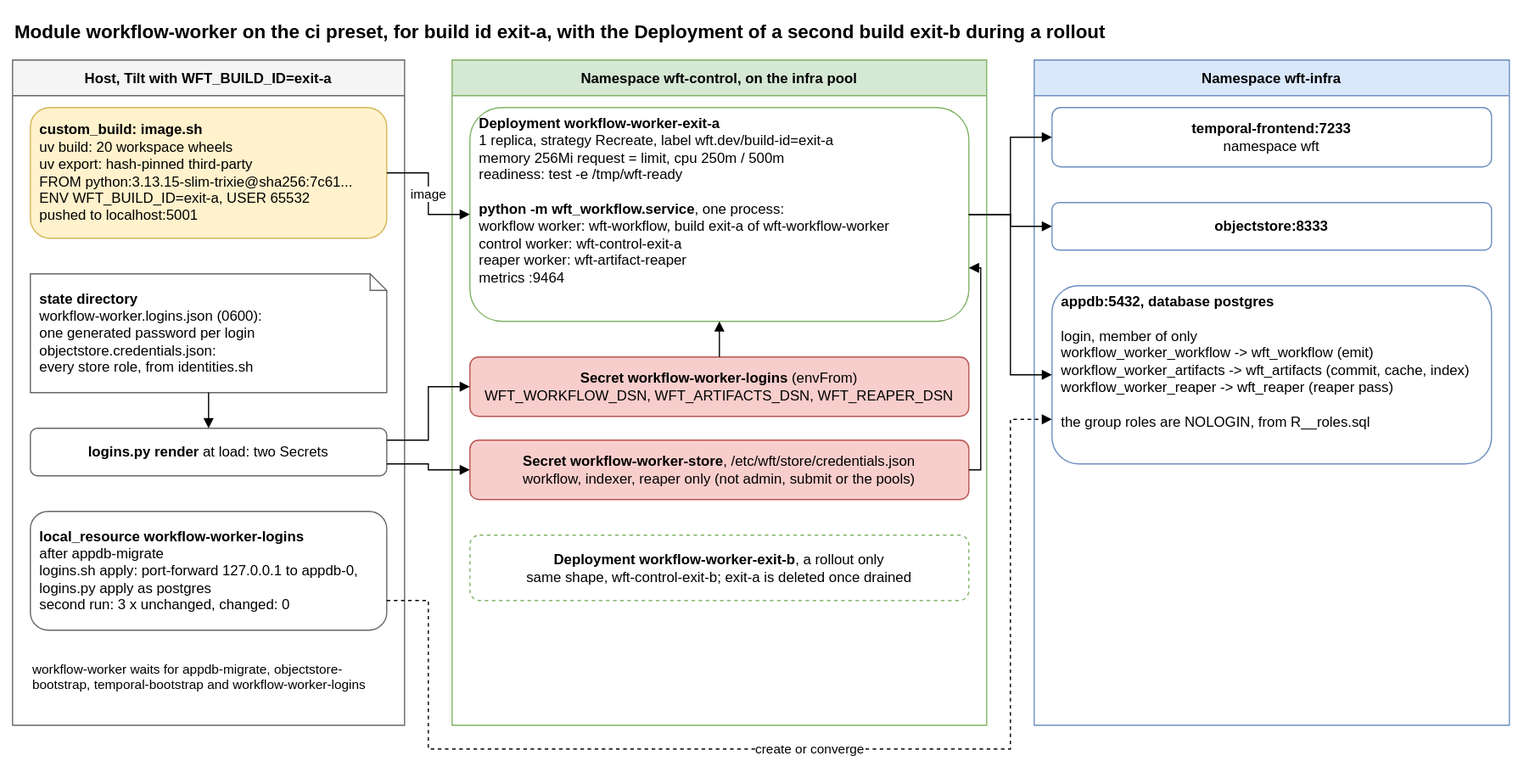
The draw.io diagram deploy/workflow/workflow-worker.drawio.svg in AndoNorth/disyard, before a commit. Source tidied: cells renumbered, new cells last; positions are measured from the earlier drawing's top-left corner, leaving out a move shared by most shapes. Its diagram source:
```xml
<mxGraphModel>
  <root>
    <mxCell id="0" />
    <mxCell id="1" parent="0" />
    <mxCell id="2" value="Module workflow-worker on the ci preset, for build id exit-a, with the Deployment of a second build exit-b during a rollout" style="text;html=1;fontSize=16;fontStyle=1;align=left;" parent="1" vertex="1">
      <mxGeometry width="1260" height="30" as="geometry" />
    </mxCell>
    <mxCell id="3" value="Host, Tilt with WFT_BUILD_ID=exit-a" style="swimlane;startSize=30;fillColor=#f5f5f5;strokeColor=#666666;fontStyle=1;" parent="1" vertex="1">
      <mxGeometry y="40" width="330" height="560" as="geometry" />
    </mxCell>
    <mxCell id="4" value="&lt;b&gt;custom_build: image.sh&lt;/b&gt;&lt;br&gt;uv build: 20 workspace wheels&lt;br&gt;uv export: hash-pinned third-party&lt;br&gt;FROM python:3.13.15-slim-trixie@sha256:7c61...&lt;br&gt;ENV WFT_BUILD_ID=exit-a, USER 65532&lt;br&gt;pushed to localhost:5001" style="rounded=1;whiteSpace=wrap;html=1;fillColor=#fff2cc;strokeColor=#d6b656;align=left;spacingLeft=6;" parent="3" vertex="1">
      <mxGeometry x="15" y="40" width="300" height="110" as="geometry" />
    </mxCell>
    <mxCell id="5" value="&lt;b&gt;state directory&lt;/b&gt;&lt;br&gt;workflow-worker.logins.json (0600):&lt;br&gt;one generated password per login&lt;br&gt;objectstore.credentials.json:&lt;br&gt;every store role, from identities.sh" style="shape=note;whiteSpace=wrap;html=1;size=14;fillColor=#ffffff;strokeColor=#666666;align=left;spacingLeft=6;" parent="3" vertex="1">
      <mxGeometry x="15" y="180" width="300" height="100" as="geometry" />
    </mxCell>
    <mxCell id="6" value="&lt;b&gt;logins.py render&lt;/b&gt; at load: two Secrets" style="rounded=1;whiteSpace=wrap;html=1;fillColor=#ffffff;strokeColor=#666666;" parent="3" vertex="1">
      <mxGeometry x="15" y="310" width="300" height="40" as="geometry" />
    </mxCell>
    <mxCell id="7" value="&lt;b&gt;local_resource workflow-worker-logins&lt;/b&gt;&lt;br&gt;after appdb-migrate&lt;br&gt;logins.sh apply: port-forward 127.0.0.1 to appdb-0,&lt;br&gt;logins.py apply as postgres&lt;br&gt;second run: 3 x unchanged, changed: 0" style="rounded=1;whiteSpace=wrap;html=1;fillColor=#ffffff;strokeColor=#666666;align=left;spacingLeft=6;" parent="3" vertex="1">
      <mxGeometry x="15" y="380" width="300" height="100" as="geometry" />
    </mxCell>
    <mxCell id="8" value="workflow-worker waits for appdb-migrate, objectstore-bootstrap, temporal-bootstrap and workflow-worker-logins" style="text;html=1;align=left;whiteSpace=wrap;fontSize=11;" parent="3" vertex="1">
      <mxGeometry x="15" y="500" width="300" height="45" as="geometry" />
    </mxCell>
    <mxCell id="9" style="edgeStyle=orthogonalEdgeStyle;rounded=0;html=1;endArrow=block;" parent="3" edge="1" source="5" target="6">
      <mxGeometry relative="1" as="geometry" />
    </mxCell>
    <mxCell id="10" value="Namespace wft-control, on the infra pool" style="swimlane;startSize=30;fillColor=#d5e8d4;strokeColor=#82b366;fontStyle=1;" parent="1" vertex="1">
      <mxGeometry x="370" y="40" width="450" height="560" as="geometry" />
    </mxCell>
    <mxCell id="11" value="&lt;b&gt;Deployment workflow-worker-exit-a&lt;/b&gt;&lt;br&gt;1 replica, strategy Recreate, label wft.dev/build-id=exit-a&lt;br&gt;memory 256Mi request = limit, cpu 250m / 500m&lt;br&gt;readiness: test -e /tmp/wft-ready&lt;br&gt;&lt;br&gt;&lt;b&gt;python -m wft_workflow.service&lt;/b&gt;, one process:&lt;br&gt;workflow worker: wft-workflow, build exit-a of wft-workflow-worker&lt;br&gt;control worker: wft-control-exit-a&lt;br&gt;reaper worker: wft-artifact-reaper&lt;br&gt;metrics :9464" style="rounded=1;whiteSpace=wrap;html=1;fillColor=#ffffff;strokeColor=#82b366;align=left;spacingLeft=6;verticalAlign=top;" parent="10" vertex="1">
      <mxGeometry x="15" y="40" width="420" height="180" as="geometry" />
    </mxCell>
    <mxCell id="12" value="&lt;b&gt;Secret workflow-worker-logins&lt;/b&gt; (envFrom)&lt;br&gt;WFT_WORKFLOW_DSN, WFT_ARTIFACTS_DSN, WFT_REAPER_DSN" style="rounded=1;whiteSpace=wrap;html=1;fillColor=#f8cecc;strokeColor=#b85450;" parent="10" vertex="1">
      <mxGeometry x="15" y="250" width="420" height="50" as="geometry" />
    </mxCell>
    <mxCell id="13" value="&lt;b&gt;Secret workflow-worker-store&lt;/b&gt;, /etc/wft/store/credentials.json&lt;br&gt;workflow, indexer, reaper only (not admin, submit or the pools)" style="rounded=1;whiteSpace=wrap;html=1;fillColor=#f8cecc;strokeColor=#b85450;" parent="10" vertex="1">
      <mxGeometry x="15" y="320" width="420" height="50" as="geometry" />
    </mxCell>
    <mxCell id="14" value="&lt;b&gt;Deployment workflow-worker-exit-b&lt;/b&gt;, a rollout only&lt;br&gt;same shape, wft-control-exit-b; exit-a is deleted once drained" style="rounded=1;whiteSpace=wrap;html=1;fillColor=#ffffff;strokeColor=#82b366;dashed=1;" parent="10" vertex="1">
      <mxGeometry x="15" y="400" width="420" height="55" as="geometry" />
    </mxCell>
    <mxCell id="15" style="edgeStyle=orthogonalEdgeStyle;rounded=0;html=1;endArrow=block;" parent="10" edge="1" source="12" target="11">
      <mxGeometry relative="1" as="geometry" />
    </mxCell>
    <mxCell id="16" style="edgeStyle=orthogonalEdgeStyle;rounded=0;html=1;endArrow=block;exitX=1;exitY=0.5;entryX=1;entryY=0.75;" parent="10" edge="1" source="13" target="11">
      <mxGeometry relative="1" as="geometry">
        <Array as="points">
          <mxPoint x="445" y="345" />
          <mxPoint x="445" y="175" />
        </Array>
      </mxGeometry>
    </mxCell>
    <mxCell id="17" value="Namespace wft-infra" style="swimlane;startSize=30;fillColor=#dae8fc;strokeColor=#6c8ebf;fontStyle=1;" parent="1" vertex="1">
      <mxGeometry x="860" y="40" width="400" height="560" as="geometry" />
    </mxCell>
    <mxCell id="18" value="&lt;b&gt;temporal-frontend:7233&lt;/b&gt;&lt;br&gt;namespace wft" style="rounded=1;whiteSpace=wrap;html=1;fillColor=#ffffff;strokeColor=#6c8ebf;" parent="17" vertex="1">
      <mxGeometry x="15" y="40" width="370" height="50" as="geometry" />
    </mxCell>
    <mxCell id="19" value="&lt;b&gt;objectstore:8333&lt;/b&gt;" style="rounded=1;whiteSpace=wrap;html=1;fillColor=#ffffff;strokeColor=#6c8ebf;" parent="17" vertex="1">
      <mxGeometry x="15" y="120" width="370" height="40" as="geometry" />
    </mxCell>
    <mxCell id="20" value="&lt;b&gt;appdb:5432, database postgres&lt;/b&gt;&lt;br&gt;&lt;br&gt;login, member of only&lt;br&gt;workflow_worker_workflow -&amp;gt; wft_workflow (emit)&lt;br&gt;workflow_worker_artifacts -&amp;gt; wft_artifacts (commit, cache, index)&lt;br&gt;workflow_worker_reaper -&amp;gt; wft_reaper (reaper pass)&lt;br&gt;&lt;br&gt;the group roles are NOLOGIN, from R__roles.sql" style="rounded=1;whiteSpace=wrap;html=1;fillColor=#ffffff;strokeColor=#6c8ebf;align=left;spacingLeft=6;verticalAlign=top;" parent="17" vertex="1">
      <mxGeometry x="15" y="190" width="370" height="150" as="geometry" />
    </mxCell>
    <mxCell id="21" value="image" style="edgeStyle=orthogonalEdgeStyle;rounded=0;html=1;endArrow=block;" parent="1" edge="1" source="4" target="11">
      <mxGeometry relative="1" as="geometry" />
    </mxCell>
    <mxCell id="22" style="edgeStyle=orthogonalEdgeStyle;rounded=0;html=1;endArrow=block;exitX=1;exitY=0.25;entryX=0;entryY=0.5;" parent="1" edge="1" source="6" target="12">
      <mxGeometry relative="1" as="geometry" />
    </mxCell>
    <mxCell id="23" style="edgeStyle=orthogonalEdgeStyle;rounded=0;html=1;endArrow=block;exitX=1;exitY=0.75;entryX=0;entryY=0.5;" parent="1" edge="1" source="6" target="13">
      <mxGeometry relative="1" as="geometry" />
    </mxCell>
    <mxCell id="24" value="create or converge" style="edgeStyle=orthogonalEdgeStyle;rounded=0;html=1;endArrow=block;dashed=1;exitX=1;exitY=0.75;entryX=0;entryY=0.75;" parent="1" edge="1" source="7" target="20">
      <mxGeometry relative="1" as="geometry">
        <Array as="points">
          <mxPoint x="350" y="495" />
          <mxPoint x="350" y="620" />
          <mxPoint x="840" y="620" />
          <mxPoint x="840" y="342" />
        </Array>
      </mxGeometry>
    </mxCell>
    <mxCell id="25" style="edgeStyle=orthogonalEdgeStyle;rounded=0;html=1;endArrow=block;" parent="1" edge="1" source="11" target="18">
      <mxGeometry relative="1" as="geometry" />
    </mxCell>
    <mxCell id="26" style="edgeStyle=orthogonalEdgeStyle;rounded=0;html=1;endArrow=block;" parent="1" edge="1" source="11" target="19">
      <mxGeometry relative="1" as="geometry" />
    </mxCell>
    <mxCell id="27" style="edgeStyle=orthogonalEdgeStyle;rounded=0;html=1;endArrow=block;" parent="1" edge="1" source="11" target="20">
      <mxGeometry relative="1" as="geometry" />
    </mxCell>
  </root>
</mxGraphModel>
```
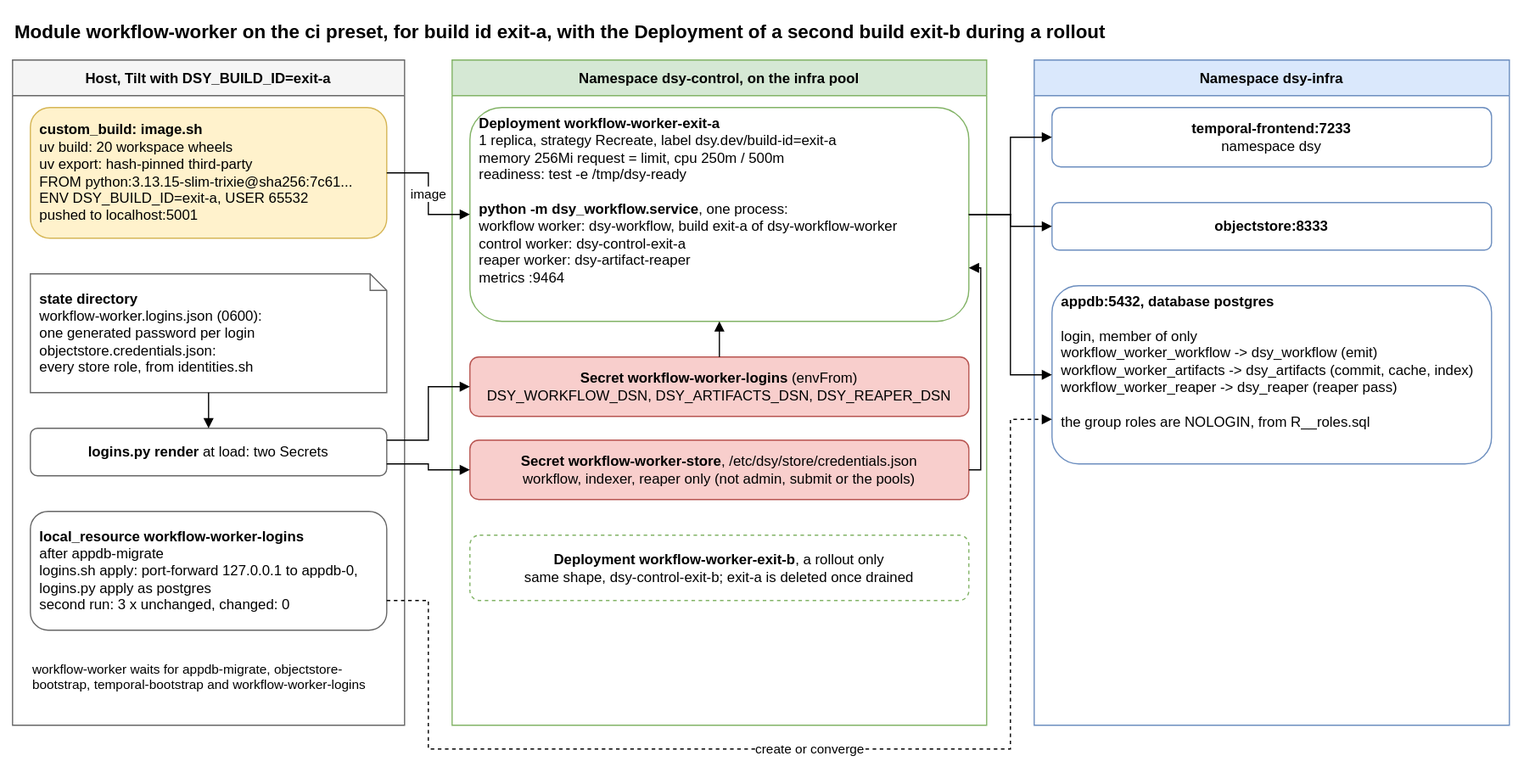
The same file after the commit.

The edit, as a diff of the source:
```diff
@@ -5,10 +5,10 @@
     <mxCell id="2" value="Module workflow-worker on the ci preset, for build id exit-a, with the Deployment of a second build exit-b during a rollout" style="text;html=1;fontSize=16;fontStyle=1;align=left;" parent="1" vertex="1">
       <mxGeometry width="1260" height="30" as="geometry" />
     </mxCell>
-    <mxCell id="3" value="Host, Tilt with WFT_BUILD_ID=exit-a" style="swimlane;startSize=30;fillColor=#f5f5f5;strokeColor=#666666;fontStyle=1;" parent="1" vertex="1">
+    <mxCell id="3" value="Host, Tilt with DSY_BUILD_ID=exit-a" style="swimlane;startSize=30;fillColor=#f5f5f5;strokeColor=#666666;fontStyle=1;" parent="1" vertex="1">
       <mxGeometry y="40" width="330" height="560" as="geometry" />
     </mxCell>
-    <mxCell id="4" value="&lt;b&gt;custom_build: image.sh&lt;/b&gt;&lt;br&gt;uv build: 20 workspace wheels&lt;br&gt;uv export: hash-pinned third-party&lt;br&gt;FROM python:3.13.15-slim-trixie@sha256:7c61...&lt;br&gt;ENV WFT_BUILD_ID=exit-a, USER 65532&lt;br&gt;pushed to localhost:5001" style="rounded=1;whiteSpace=wrap;html=1;fillColor=#fff2cc;strokeColor=#d6b656;align=left;spacingLeft=6;" parent="3" vertex="1">
+    <mxCell id="4" value="&lt;b&gt;custom_build: image.sh&lt;/b&gt;&lt;br&gt;uv build: 20 workspace wheels&lt;br&gt;uv export: hash-pinned third-party&lt;br&gt;FROM python:3.13.15-slim-trixie@sha256:7c61...&lt;br&gt;ENV DSY_BUILD_ID=exit-a, USER 65532&lt;br&gt;pushed to localhost:5001" style="rounded=1;whiteSpace=wrap;html=1;fillColor=#fff2cc;strokeColor=#d6b656;align=left;spacingLeft=6;" parent="3" vertex="1">
       <mxGeometry x="15" y="40" width="300" height="110" as="geometry" />
     </mxCell>
     <mxCell id="5" value="&lt;b&gt;state directory&lt;/b&gt;&lt;br&gt;workflow-worker.logins.json (0600):&lt;br&gt;one generated password per login&lt;br&gt;objectstore.credentials.json:&lt;br&gt;every store role, from identities.sh" style="shape=note;whiteSpace=wrap;html=1;size=14;fillColor=#ffffff;strokeColor=#666666;align=left;spacingLeft=6;" parent="3" vertex="1">
@@ -26,19 +26,19 @@
     <mxCell id="9" style="edgeStyle=orthogonalEdgeStyle;rounded=0;html=1;endArrow=block;" parent="3" edge="1" source="5" target="6">
       <mxGeometry relative="1" as="geometry" />
     </mxCell>
-    <mxCell id="10" value="Namespace wft-control, on the infra pool" style="swimlane;startSize=30;fillColor=#d5e8d4;strokeColor=#82b366;fontStyle=1;" parent="1" vertex="1">
+    <mxCell id="10" value="Namespace dsy-control, on the infra pool" style="swimlane;startSize=30;fillColor=#d5e8d4;strokeColor=#82b366;fontStyle=1;" parent="1" vertex="1">
       <mxGeometry x="370" y="40" width="450" height="560" as="geometry" />
     </mxCell>
-    <mxCell id="11" value="&lt;b&gt;Deployment workflow-worker-exit-a&lt;/b&gt;&lt;br&gt;1 replica, strategy Recreate, label wft.dev/build-id=exit-a&lt;br&gt;memory 256Mi request = limit, cpu 250m / 500m&lt;br&gt;readiness: test -e /tmp/wft-ready&lt;br&gt;&lt;br&gt;&lt;b&gt;python -m wft_workflow.service&lt;/b&gt;, one process:&lt;br&gt;workflow worker: wft-workflow, build exit-a of wft-workflow-worker&lt;br&gt;control worker: wft-control-exit-a&lt;br&gt;reaper worker: wft-artifact-reaper&lt;br&gt;metrics :9464" style="rounded=1;whiteSpace=wrap;html=1;fillColor=#ffffff;strokeColor=#82b366;align=left;spacingLeft=6;verticalAlign=top;" parent="10" vertex="1">
+    <mxCell id="11" value="&lt;b&gt;Deployment workflow-worker-exit-a&lt;/b&gt;&lt;br&gt;1 replica, strategy Recreate, label dsy.dev/build-id=exit-a&lt;br&gt;memory 256Mi request = limit, cpu 250m / 500m&lt;br&gt;readiness: test -e /tmp/dsy-ready&lt;br&gt;&lt;br&gt;&lt;b&gt;python -m dsy_workflow.service&lt;/b&gt;, one process:&lt;br&gt;workflow worker: dsy-workflow, build exit-a of dsy-workflow-worker&lt;br&gt;control worker: dsy-control-exit-a&lt;br&gt;reaper worker: dsy-artifact-reaper&lt;br&gt;metrics :9464" style="rounded=1;whiteSpace=wrap;html=1;fillColor=#ffffff;strokeColor=#82b366;align=left;spacingLeft=6;verticalAlign=top;" parent="10" vertex="1">
       <mxGeometry x="15" y="40" width="420" height="180" as="geometry" />
     </mxCell>
-    <mxCell id="12" value="&lt;b&gt;Secret workflow-worker-logins&lt;/b&gt; (envFrom)&lt;br&gt;WFT_WORKFLOW_DSN, WFT_ARTIFACTS_DSN, WFT_REAPER_DSN" style="rounded=1;whiteSpace=wrap;html=1;fillColor=#f8cecc;strokeColor=#b85450;" parent="10" vertex="1">
+    <mxCell id="12" value="&lt;b&gt;Secret workflow-worker-logins&lt;/b&gt; (envFrom)&lt;br&gt;DSY_WORKFLOW_DSN, DSY_ARTIFACTS_DSN, DSY_REAPER_DSN" style="rounded=1;whiteSpace=wrap;html=1;fillColor=#f8cecc;strokeColor=#b85450;" parent="10" vertex="1">
       <mxGeometry x="15" y="250" width="420" height="50" as="geometry" />
     </mxCell>
-    <mxCell id="13" value="&lt;b&gt;Secret workflow-worker-store&lt;/b&gt;, /etc/wft/store/credentials.json&lt;br&gt;workflow, indexer, reaper only (not admin, submit or the pools)" style="rounded=1;whiteSpace=wrap;html=1;fillColor=#f8cecc;strokeColor=#b85450;" parent="10" vertex="1">
+    <mxCell id="13" value="&lt;b&gt;Secret workflow-worker-store&lt;/b&gt;, /etc/dsy/store/credentials.json&lt;br&gt;workflow, indexer, reaper only (not admin, submit or the pools)" style="rounded=1;whiteSpace=wrap;html=1;fillColor=#f8cecc;strokeColor=#b85450;" parent="10" vertex="1">
       <mxGeometry x="15" y="320" width="420" height="50" as="geometry" />
     </mxCell>
-    <mxCell id="14" value="&lt;b&gt;Deployment workflow-worker-exit-b&lt;/b&gt;, a rollout only&lt;br&gt;same shape, wft-control-exit-b; exit-a is deleted once drained" style="rounded=1;whiteSpace=wrap;html=1;fillColor=#ffffff;strokeColor=#82b366;dashed=1;" parent="10" vertex="1">
+    <mxCell id="14" value="&lt;b&gt;Deployment workflow-worker-exit-b&lt;/b&gt;, a rollout only&lt;br&gt;same shape, dsy-control-exit-b; exit-a is deleted once drained" style="rounded=1;whiteSpace=wrap;html=1;fillColor=#ffffff;strokeColor=#82b366;dashed=1;" parent="10" vertex="1">
       <mxGeometry x="15" y="400" width="420" height="55" as="geometry" />
     </mxCell>
     <mxCell id="15" style="edgeStyle=orthogonalEdgeStyle;rounded=0;html=1;endArrow=block;" parent="10" edge="1" source="12" target="11">
@@ -52,16 +52,16 @@
         </Array>
       </mxGeometry>
     </mxCell>
-    <mxCell id="17" value="Namespace wft-infra" style="swimlane;startSize=30;fillColor=#dae8fc;strokeColor=#6c8ebf;fontStyle=1;" parent="1" vertex="1">
+    <mxCell id="17" value="Namespace dsy-infra" style="swimlane;startSize=30;fillColor=#dae8fc;strokeColor=#6c8ebf;fontStyle=1;" parent="1" vertex="1">
       <mxGeometry x="860" y="40" width="400" height="560" as="geometry" />
     </mxCell>
-    <mxCell id="18" value="&lt;b&gt;temporal-frontend:7233&lt;/b&gt;&lt;br&gt;namespace wft" style="rounded=1;whiteSpace=wrap;html=1;fillColor=#ffffff;strokeColor=#6c8ebf;" parent="17" vertex="1">
+    <mxCell id="18" value="&lt;b&gt;temporal-frontend:7233&lt;/b&gt;&lt;br&gt;namespace dsy" style="rounded=1;whiteSpace=wrap;html=1;fillColor=#ffffff;strokeColor=#6c8ebf;" parent="17" vertex="1">
       <mxGeometry x="15" y="40" width="370" height="50" as="geometry" />
     </mxCell>
     <mxCell id="19" value="&lt;b&gt;objectstore:8333&lt;/b&gt;" style="rounded=1;whiteSpace=wrap;html=1;fillColor=#ffffff;strokeColor=#6c8ebf;" parent="17" vertex="1">
       <mxGeometry x="15" y="120" width="370" height="40" as="geometry" />
     </mxCell>
-    <mxCell id="20" value="&lt;b&gt;appdb:5432, database postgres&lt;/b&gt;&lt;br&gt;&lt;br&gt;login, member of only&lt;br&gt;workflow_worker_workflow -&amp;gt; wft_workflow (emit)&lt;br&gt;workflow_worker_artifacts -&amp;gt; wft_artifacts (commit, cache, index)&lt;br&gt;workflow_worker_reaper -&amp;gt; wft_reaper (reaper pass)&lt;br&gt;&lt;br&gt;the group roles are NOLOGIN, from R__roles.sql" style="rounded=1;whiteSpace=wrap;html=1;fillColor=#ffffff;strokeColor=#6c8ebf;align=left;spacingLeft=6;verticalAlign=top;" parent="17" vertex="1">
+    <mxCell id="20" value="&lt;b&gt;appdb:5432, database postgres&lt;/b&gt;&lt;br&gt;&lt;br&gt;login, member of only&lt;br&gt;workflow_worker_workflow -&amp;gt; dsy_workflow (emit)&lt;br&gt;workflow_worker_artifacts -&amp;gt; dsy_artifacts (commit, cache, index)&lt;br&gt;workflow_worker_reaper -&amp;gt; dsy_reaper (reaper pass)&lt;br&gt;&lt;br&gt;the group roles are NOLOGIN, from R__roles.sql" style="rounded=1;whiteSpace=wrap;html=1;fillColor=#ffffff;strokeColor=#6c8ebf;align=left;spacingLeft=6;verticalAlign=top;" parent="17" vertex="1">
       <mxGeometry x="15" y="190" width="370" height="150" as="geometry" />
     </mxCell>
     <mxCell id="21" value="image" style="edgeStyle=orthogonalEdgeStyle;rounded=0;html=1;endArrow=block;" parent="1" edge="1" source="4" target="11">
```
